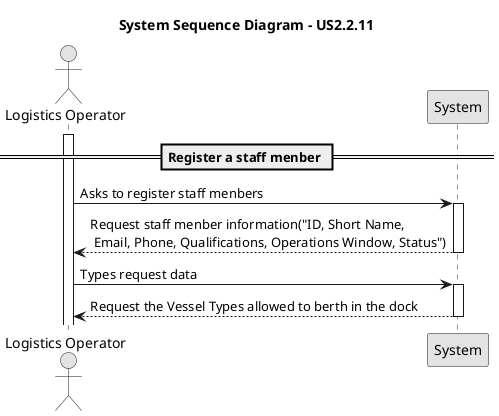
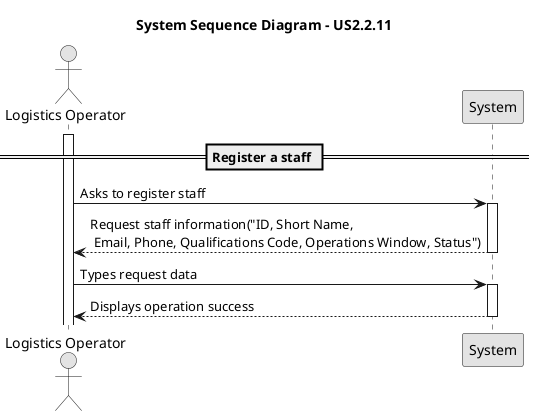
@startuml 2.2.11
skinparam monochrome true
skinparam packageStyle rectangle
skinparam shadowing false

actor "Logistics Operator" as LogisticsOperator
participant "System" as system

title System Sequence Diagram - US2.2.11

- == Register a staff menber ==
+ == Register a staff ==
activate LogisticsOperator

- LogisticsOperator -> system : Asks to register staff menbers
+ LogisticsOperator -> system : Asks to register staff
activate system

- system --> LogisticsOperator : Request staff menber information("ID, Short Name,\n Email, Phone, Qualifications, Operations Window, Status")
+ system --> LogisticsOperator : Request staff information("ID, Short Name,\n Email, Phone, Qualifications Code, Operations Window, Status")
deactivate system
LogisticsOperator -> system : Types request data

activate system
- system --> LogisticsOperator : Request the Vessel Types allowed to berth in the dock
+ system --> LogisticsOperator : Displays operation success
deactivate system




@enduml
